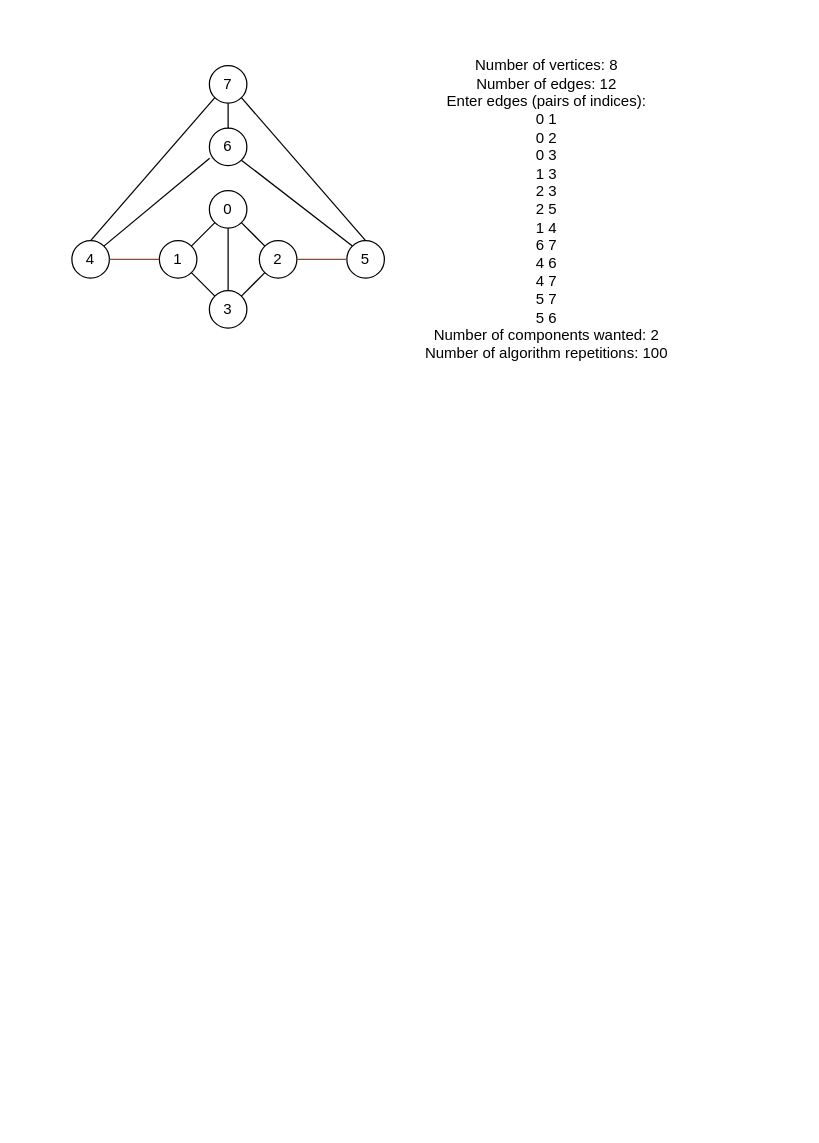
Before: eight/assignment8.drawio in alireza9978/AppliedGraphAlgorithmics, a draw.io diagram. Source tidied: cells renumbered, new cells numbered last; positions are measured from the earlier drawing's top-left corner, leaving out a move shared by most shapes. Both pictures are drawn from the tidied source at 125%, with x=0, y=0 at pixel (71, 21).
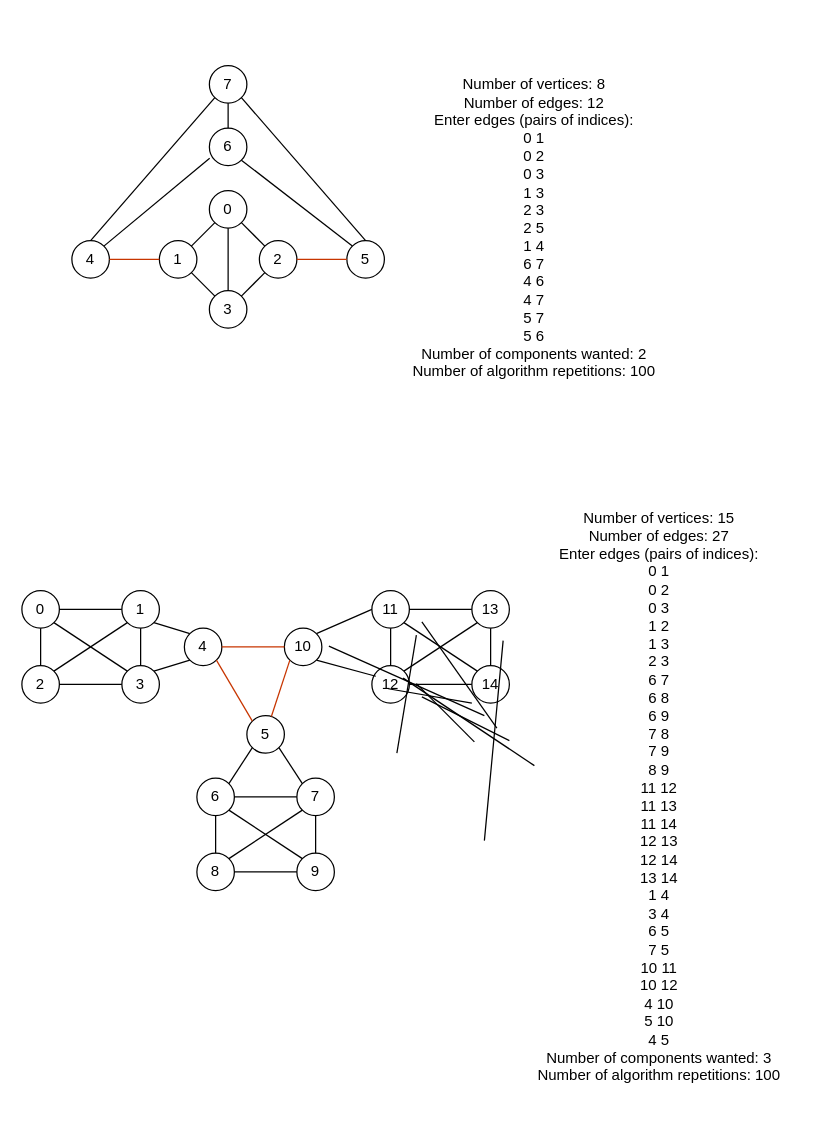
The same page after the edit.

Change to the diagram source:
```diff
@@
     <mxCell id="22" value="&lt;div&gt;Number of vertices: 8&lt;/div&gt;&lt;div&gt;Number of edges: 12&lt;/div&gt;&lt;div&gt;Enter edges (pairs of indices):&lt;/div&gt;&lt;div&gt;0 1&lt;/div&gt;&lt;div&gt;0 2&lt;/div&gt;&lt;div&gt;0 3&lt;/div&gt;&lt;div&gt;1 3&lt;/div&gt;&lt;div&gt;2 3&lt;/div&gt;&lt;div&gt;2 5&lt;/div&gt;&lt;div&gt;1 4&lt;/div&gt;&lt;div&gt;6 7&lt;/div&gt;&lt;div&gt;4 6&lt;/div&gt;&lt;div&gt;4 7&lt;/div&gt;&lt;div&gt;5 7&lt;/div&gt;&lt;div&gt;5 6&lt;/div&gt;&lt;div&gt;Number of components wanted: 2&lt;/div&gt;&lt;div&gt;Number of algorithm repetitions: 100&lt;/div&gt;" style="text;html=1;strokeColor=none;fillColor=none;align=center;verticalAlign=middle;whiteSpace=wrap;rounded=0;" parent="1" vertex="1">
-      <mxGeometry x="270" width="220" height="300" as="geometry" />
+      <mxGeometry x="260" y="15" width="220" height="300" as="geometry" />
     </mxCell>
+    <mxCell id="23" value="11" style="ellipse;whiteSpace=wrap;html=1;" parent="1" vertex="1">
+      <mxGeometry x="240" y="455" width="30" height="30" as="geometry" />
+    </mxCell>
+    <mxCell id="24" value="12" style="ellipse;whiteSpace=wrap;html=1;" parent="1" vertex="1">
+      <mxGeometry x="240" y="515" width="30" height="30" as="geometry" />
+    </mxCell>
+    <mxCell id="25" value="14" style="ellipse;whiteSpace=wrap;html=1;" parent="1" vertex="1">
+      <mxGeometry x="320" y="515" width="30" height="30" as="geometry" />
+    </mxCell>
+    <mxCell id="26" value="13" style="ellipse;whiteSpace=wrap;html=1;" parent="1" vertex="1">
+      <mxGeometry x="320" y="455" width="30" height="30" as="geometry" />
+    </mxCell>
+    <mxCell id="27" style="endArrow=none;html=1;rounded=0;entryX=1;entryY=1;entryDx=0;entryDy=0;exitX=0;exitY=0;exitDx=0;exitDy=0;" parent="1" edge="1" source="25" target="23">
+      <mxGeometry relative="1" as="geometry" />
+    </mxCell>
+    <mxCell id="28" style="endArrow=none;html=1;rounded=0;entryX=1;entryY=1;entryDx=0;entryDy=0;exitX=0.104;exitY=0.283;exitDx=0;exitDy=0;exitPerimeter=0;" parent="1" edge="1" source="24" target="34">
+      <mxGeometry relative="1" as="geometry" />
+    </mxCell>
+    <mxCell id="29" style="endArrow=none;html=1;rounded=0;exitX=1;exitY=0;exitDx=0;exitDy=0;entryX=0;entryY=0.5;entryDx=0;entryDy=0;" parent="1" edge="1" source="34" target="23">
+      <mxGeometry relative="1" as="geometry" />
+    </mxCell>
+    <mxCell id="30" style="endArrow=none;html=1;rounded=0;exitX=1;exitY=0.5;exitDx=0;exitDy=0;entryX=0;entryY=0.5;entryDx=0;entryDy=0;" parent="1" edge="1" source="23" target="26">
+      <mxGeometry relative="1" as="geometry" />
+    </mxCell>
+    <mxCell id="31" style="endArrow=none;html=1;rounded=0;exitX=1;exitY=0.5;exitDx=0;exitDy=0;entryX=0;entryY=0.5;entryDx=0;entryDy=0;" parent="1" edge="1" source="24" target="25">
+      <mxGeometry relative="1" as="geometry" />
+    </mxCell>
+    <mxCell id="32" style="endArrow=none;html=1;rounded=0;entryX=0.5;entryY=1;entryDx=0;entryDy=0;exitX=0.5;exitY=0;exitDx=0;exitDy=0;" parent="1" edge="1" source="24" target="23">
+      <mxGeometry relative="1" as="geometry" />
+    </mxCell>
+    <mxCell id="33" style="endArrow=none;html=1;rounded=0;entryX=0.5;entryY=1;entryDx=0;entryDy=0;exitX=0.5;exitY=0;exitDx=0;exitDy=0;" parent="1" edge="1" source="25" target="26">
+      <mxGeometry relative="1" as="geometry" />
+    </mxCell>
+    <mxCell id="34" value="10" style="ellipse;whiteSpace=wrap;html=1;" parent="1" vertex="1">
+      <mxGeometry x="170" y="485" width="30" height="30" as="geometry" />
+    </mxCell>
+    <mxCell id="35" style="endArrow=none;html=1;rounded=0;entryX=1;entryY=0;entryDx=0;entryDy=0;exitX=0;exitY=1;exitDx=0;exitDy=0;" parent="1" edge="1" source="26" target="24">
+      <mxGeometry relative="1" as="geometry" />
+    </mxCell>
+    <mxCell id="36" style="endArrow=none;html=1;rounded=0;entryX=1;entryY=1;entryDx=0;entryDy=0;exitX=0;exitY=0;exitDx=0;exitDy=0;" parent="1" edge="1">
+      <mxGeometry relative="1" as="geometry">
+        <mxPoint x="260" y="585" as="sourcePoint" />
+        <mxPoint x="275.6" y="490.6" as="targetPoint" />
+      </mxGeometry>
+    </mxCell>
+    <mxCell id="37" style="endArrow=none;html=1;rounded=0;entryX=1;entryY=1;entryDx=0;entryDy=0;exitX=0.104;exitY=0.283;exitDx=0;exitDy=0;exitPerimeter=0;" parent="1" edge="1">
+      <mxGeometry relative="1" as="geometry">
+        <mxPoint x="253.1" y="533.5" as="sourcePoint" />
+        <mxPoint x="320" y="545" as="targetPoint" />
+      </mxGeometry>
+    </mxCell>
+    <mxCell id="38" style="endArrow=none;html=1;rounded=0;exitX=1;exitY=0;exitDx=0;exitDy=0;entryX=0;entryY=0.5;entryDx=0;entryDy=0;" parent="1" edge="1">
+      <mxGeometry relative="1" as="geometry">
+        <mxPoint x="205.6" y="499.4" as="sourcePoint" />
+        <mxPoint x="330" y="555" as="targetPoint" />
+      </mxGeometry>
+    </mxCell>
+    <mxCell id="39" style="endArrow=none;html=1;rounded=0;exitX=1;exitY=0.5;exitDx=0;exitDy=0;entryX=0;entryY=0.5;entryDx=0;entryDy=0;" parent="1" edge="1">
+      <mxGeometry relative="1" as="geometry">
+        <mxPoint x="280" y="480" as="sourcePoint" />
+        <mxPoint x="340" y="565" as="targetPoint" />
+      </mxGeometry>
+    </mxCell>
+    <mxCell id="40" style="endArrow=none;html=1;rounded=0;exitX=1;exitY=0.5;exitDx=0;exitDy=0;entryX=0;entryY=0.5;entryDx=0;entryDy=0;" parent="1" edge="1">
+      <mxGeometry relative="1" as="geometry">
+        <mxPoint x="280" y="540" as="sourcePoint" />
+        <mxPoint x="350" y="575" as="targetPoint" />
+      </mxGeometry>
+    </mxCell>
+    <mxCell id="41" style="endArrow=none;html=1;rounded=0;entryX=0.5;entryY=1;entryDx=0;entryDy=0;exitX=0.5;exitY=0;exitDx=0;exitDy=0;" parent="1" edge="1">
+      <mxGeometry relative="1" as="geometry">
+        <mxPoint x="265" y="525" as="sourcePoint" />
+        <mxPoint x="370" y="595" as="targetPoint" />
+      </mxGeometry>
+    </mxCell>
+    <mxCell id="42" style="endArrow=none;html=1;rounded=0;entryX=0.5;entryY=1;entryDx=0;entryDy=0;exitX=0.5;exitY=0;exitDx=0;exitDy=0;" parent="1" edge="1">
+      <mxGeometry relative="1" as="geometry">
+        <mxPoint x="330" y="655" as="sourcePoint" />
+        <mxPoint x="345" y="495" as="targetPoint" />
+      </mxGeometry>
+    </mxCell>
+    <mxCell id="43" style="endArrow=none;html=1;rounded=0;entryX=1;entryY=0;entryDx=0;entryDy=0;exitX=0;exitY=1;exitDx=0;exitDy=0;" parent="1" edge="1">
+      <mxGeometry relative="1" as="geometry">
+        <mxPoint x="322" y="576" as="sourcePoint" />
+        <mxPoint x="275.6" y="529.4" as="targetPoint" />
+      </mxGeometry>
+    </mxCell>
+    <mxCell id="44" value="0" style="ellipse;whiteSpace=wrap;html=1;" parent="1" vertex="1">
+      <mxGeometry x="-40" y="455" width="30" height="30" as="geometry" />
+    </mxCell>
+    <mxCell id="45" value="2" style="ellipse;whiteSpace=wrap;html=1;" parent="1" vertex="1">
+      <mxGeometry x="-40" y="515" width="30" height="30" as="geometry" />
+    </mxCell>
+    <mxCell id="46" value="3" style="ellipse;whiteSpace=wrap;html=1;" parent="1" vertex="1">
+      <mxGeometry x="40" y="515" width="30" height="30" as="geometry" />
+    </mxCell>
+    <mxCell id="47" value="1" style="ellipse;whiteSpace=wrap;html=1;" parent="1" vertex="1">
+      <mxGeometry x="40" y="455" width="30" height="30" as="geometry" />
+    </mxCell>
+    <mxCell id="48" style="endArrow=none;html=1;rounded=0;entryX=1;entryY=1;entryDx=0;entryDy=0;exitX=0;exitY=0;exitDx=0;exitDy=0;" parent="1" edge="1" source="46" target="44">
+      <mxGeometry relative="1" as="geometry" />
+    </mxCell>
+    <mxCell id="49" style="endArrow=none;html=1;rounded=0;entryX=0;entryY=1;entryDx=0;entryDy=0;exitX=1;exitY=0;exitDx=0;exitDy=0;" parent="1" edge="1" source="46" target="55">
+      <mxGeometry relative="1" as="geometry" />
+    </mxCell>
+    <mxCell id="50" style="endArrow=none;html=1;rounded=0;exitX=0;exitY=0;exitDx=0;exitDy=0;entryX=1;entryY=1;entryDx=0;entryDy=0;" parent="1" edge="1" source="55" target="47">
+      <mxGeometry relative="1" as="geometry" />
+    </mxCell>
+    <mxCell id="51" style="endArrow=none;html=1;rounded=0;exitX=1;exitY=0.5;exitDx=0;exitDy=0;entryX=0;entryY=0.5;entryDx=0;entryDy=0;" parent="1" edge="1" source="44" target="47">
+      <mxGeometry relative="1" as="geometry" />
+    </mxCell>
+    <mxCell id="52" style="endArrow=none;html=1;rounded=0;exitX=1;exitY=0.5;exitDx=0;exitDy=0;entryX=0;entryY=0.5;entryDx=0;entryDy=0;" parent="1" edge="1" source="45" target="46">
+      <mxGeometry relative="1" as="geometry" />
+    </mxCell>
+    <mxCell id="53" style="endArrow=none;html=1;rounded=0;entryX=0.5;entryY=1;entryDx=0;entryDy=0;exitX=0.5;exitY=0;exitDx=0;exitDy=0;" parent="1" edge="1" source="45" target="44">
+      <mxGeometry relative="1" as="geometry" />
+    </mxCell>
+    <mxCell id="54" style="endArrow=none;html=1;rounded=0;entryX=0.5;entryY=1;entryDx=0;entryDy=0;exitX=0.5;exitY=0;exitDx=0;exitDy=0;" parent="1" edge="1" source="46" target="47">
+      <mxGeometry relative="1" as="geometry" />
+    </mxCell>
+    <mxCell id="55" value="4" style="ellipse;whiteSpace=wrap;html=1;" parent="1" vertex="1">
+      <mxGeometry x="90" y="485" width="30" height="30" as="geometry" />
+    </mxCell>
+    <mxCell id="56" style="endArrow=none;html=1;rounded=0;entryX=1;entryY=0;entryDx=0;entryDy=0;exitX=0;exitY=1;exitDx=0;exitDy=0;" parent="1" edge="1" source="47" target="45">
+      <mxGeometry relative="1" as="geometry" />
+    </mxCell>
+    <mxCell id="57" value="6" style="ellipse;whiteSpace=wrap;html=1;" parent="1" vertex="1">
+      <mxGeometry x="100" y="605" width="30" height="30" as="geometry" />
+    </mxCell>
+    <mxCell id="58" value="8" style="ellipse;whiteSpace=wrap;html=1;" parent="1" vertex="1">
+      <mxGeometry x="100" y="665" width="30" height="30" as="geometry" />
+    </mxCell>
+    <mxCell id="59" value="9" style="ellipse;whiteSpace=wrap;html=1;" parent="1" vertex="1">
+      <mxGeometry x="180" y="665" width="30" height="30" as="geometry" />
+    </mxCell>
+    <mxCell id="60" value="7" style="ellipse;whiteSpace=wrap;html=1;" parent="1" vertex="1">
+      <mxGeometry x="180" y="605" width="30" height="30" as="geometry" />
+    </mxCell>
+    <mxCell id="61" style="endArrow=none;html=1;rounded=0;entryX=1;entryY=1;entryDx=0;entryDy=0;exitX=0;exitY=0;exitDx=0;exitDy=0;" parent="1" edge="1" source="59" target="57">
+      <mxGeometry relative="1" as="geometry" />
+    </mxCell>
+    <mxCell id="62" style="endArrow=none;html=1;rounded=0;exitX=1;exitY=0.5;exitDx=0;exitDy=0;entryX=0;entryY=0.5;entryDx=0;entryDy=0;" parent="1" edge="1" source="57" target="60">
+      <mxGeometry relative="1" as="geometry" />
+    </mxCell>
+    <mxCell id="63" style="endArrow=none;html=1;rounded=0;exitX=1;exitY=0.5;exitDx=0;exitDy=0;entryX=0;entryY=0.5;entryDx=0;entryDy=0;" parent="1" edge="1" source="58" target="59">
+      <mxGeometry relative="1" as="geometry" />
+    </mxCell>
+    <mxCell id="64" style="endArrow=none;html=1;rounded=0;entryX=0.5;entryY=1;entryDx=0;entryDy=0;exitX=0.5;exitY=0;exitDx=0;exitDy=0;" parent="1" edge="1" source="58" target="57">
+      <mxGeometry relative="1" as="geometry" />
+    </mxCell>
+    <mxCell id="65" style="endArrow=none;html=1;rounded=0;entryX=0.5;entryY=1;entryDx=0;entryDy=0;exitX=0.5;exitY=0;exitDx=0;exitDy=0;" parent="1" edge="1" source="59" target="60">
+      <mxGeometry relative="1" as="geometry" />
+    </mxCell>
+    <mxCell id="66" style="endArrow=none;html=1;rounded=0;entryX=1;entryY=0;entryDx=0;entryDy=0;exitX=0;exitY=1;exitDx=0;exitDy=0;" parent="1" edge="1" source="60" target="58">
+      <mxGeometry relative="1" as="geometry" />
+    </mxCell>
+    <mxCell id="67" value="5" style="ellipse;whiteSpace=wrap;html=1;" parent="1" vertex="1">
+      <mxGeometry x="140" y="555" width="30" height="30" as="geometry" />
+    </mxCell>
+    <mxCell id="68" style="endArrow=none;html=1;rounded=0;entryX=0;entryY=1;entryDx=0;entryDy=0;fillColor=#fa6800;strokeColor=#C73500;" parent="1" edge="1" source="67" target="34">
+      <mxGeometry relative="1" as="geometry" />
+    </mxCell>
+    <mxCell id="69" style="endArrow=none;html=1;rounded=0;exitX=1;exitY=1;exitDx=0;exitDy=0;entryX=0;entryY=0;entryDx=0;entryDy=0;" parent="1" edge="1" source="67" target="60">
+      <mxGeometry relative="1" as="geometry" />
+    </mxCell>
+    <mxCell id="70" style="endArrow=none;html=1;rounded=0;entryX=0;entryY=1;entryDx=0;entryDy=0;exitX=1;exitY=0;exitDx=0;exitDy=0;" parent="1" edge="1" source="57" target="67">
+      <mxGeometry relative="1" as="geometry" />
+    </mxCell>
+    <mxCell id="71" style="endArrow=none;html=1;rounded=0;entryX=1;entryY=1;entryDx=0;entryDy=0;exitX=0;exitY=0;exitDx=0;exitDy=0;fillColor=#fa6800;strokeColor=#C73500;" parent="1" edge="1" source="67" target="55">
+      <mxGeometry relative="1" as="geometry" />
+    </mxCell>
+    <mxCell id="72" style="endArrow=none;html=1;rounded=0;entryX=0;entryY=0.5;entryDx=0;entryDy=0;exitX=1;exitY=0.5;exitDx=0;exitDy=0;fillColor=#fa6800;strokeColor=#C73500;" parent="1" edge="1" source="55" target="34">
+      <mxGeometry relative="1" as="geometry" />
+    </mxCell>
+    <mxCell id="73" value="&lt;div&gt;Number of vertices: 15&lt;/div&gt;&lt;div&gt;&lt;span style=&quot;background-color: initial;&quot;&gt;Number of edges: 27&lt;/span&gt;&lt;/div&gt;&lt;div&gt;Enter edges (pairs of indices):&lt;/div&gt;&lt;div&gt;0 1&lt;/div&gt;&lt;div&gt;0 2&lt;/div&gt;&lt;div&gt;0 3&lt;/div&gt;&lt;div&gt;1 2&lt;/div&gt;&lt;div&gt;1 3&lt;/div&gt;&lt;div&gt;2 3&lt;/div&gt;&lt;div&gt;6 7&lt;/div&gt;&lt;div&gt;6 8&lt;/div&gt;&lt;div&gt;6 9&lt;/div&gt;&lt;div&gt;7 8&lt;/div&gt;&lt;div&gt;7 9&lt;/div&gt;&lt;div&gt;8 9&lt;/div&gt;&lt;div&gt;11 12&lt;/div&gt;&lt;div&gt;11 13&lt;/div&gt;&lt;div&gt;11 14&lt;/div&gt;&lt;div&gt;12 13&lt;/div&gt;&lt;div&gt;12 14&lt;/div&gt;&lt;div&gt;13 14&lt;/div&gt;&lt;div&gt;1 4&lt;/div&gt;&lt;div&gt;3 4&lt;/div&gt;&lt;div&gt;6 5&lt;/div&gt;&lt;div&gt;7 5&lt;/div&gt;&lt;div&gt;10 11&lt;/div&gt;&lt;div&gt;10 12&lt;/div&gt;&lt;div&gt;4 10&lt;/div&gt;&lt;div&gt;5 10&lt;/div&gt;&lt;div&gt;4 5&lt;/div&gt;&lt;div&gt;&lt;div style=&quot;border-color: var(--border-color);&quot;&gt;&lt;span style=&quot;background-color: initial;&quot;&gt;Number of components wanted: 3&lt;/span&gt;&lt;br&gt;&lt;/div&gt;&lt;/div&gt;&lt;div&gt;Number of algorithm repetitions: 100&lt;/div&gt;" style="text;html=1;strokeColor=none;fillColor=none;align=center;verticalAlign=middle;whiteSpace=wrap;rounded=0;" parent="1" vertex="1">
+      <mxGeometry x="360" y="360" width="220" height="520" as="geometry" />
+    </mxCell>
```
